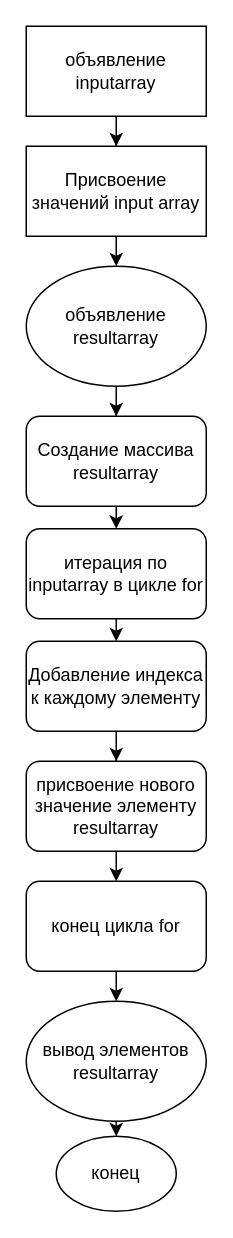
The draw.io diagram Диаграмма без названия.drawio in Scaimpi/hexlet-git., before the edit. Source tidied: cells renumbered, new cells numbered last; positions are measured from the earlier drawing's top-left corner, leaving out a move shared by most shapes. Both pictures are drawn from the tidied source at 150%, with x=0, y=0 at pixel (26, 26).
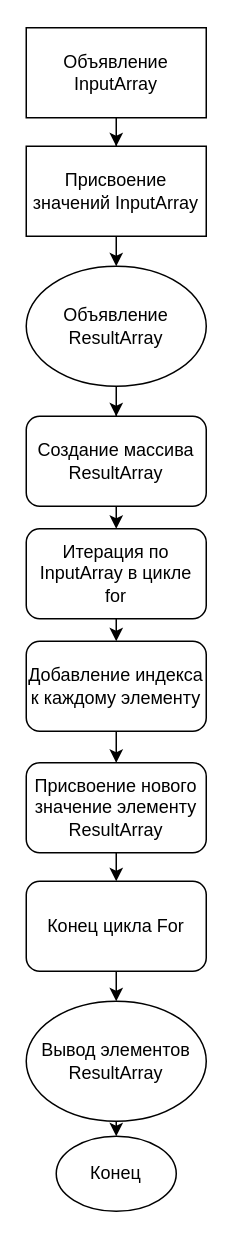
Above is the later version.

What changed in the source:
```diff
@@
-    <mxCell id="3" value="объявление inputarray" style="rounded=0;whiteSpace=wrap;html=1;" parent="1" vertex="1">
-      <mxGeometry width="120" height="60" as="geometry" />
+    <mxCell id="3" value="Объявление InputArray" style="rounded=0;whiteSpace=wrap;html=1;" parent="1" vertex="1">
+      <mxGeometry y="1" width="120" height="60" as="geometry" />
     </mxCell>
@@
-    <mxCell id="5" value="Присвоение значений input array" style="rounded=0;whiteSpace=wrap;html=1;" parent="1" vertex="1">
+    <mxCell id="5" value="Присвоение значений InputArray" style="rounded=0;whiteSpace=wrap;html=1;" parent="1" vertex="1">
       <mxGeometry y="80" width="120" height="60" as="geometry" />
     </mxCell>
@@
-    <mxCell id="7" value="объявление resultarray" style="ellipse;whiteSpace=wrap;html=1;" parent="1" vertex="1">
+    <mxCell id="7" value="Объявление ResultArray" style="ellipse;whiteSpace=wrap;html=1;" parent="1" vertex="1">
       <mxGeometry y="160" width="120" height="80" as="geometry" />
     </mxCell>
@@
-    <mxCell id="9" value="Создание массива resultarray" style="rounded=1;whiteSpace=wrap;html=1;" parent="1" vertex="1">
+    <mxCell id="9" value="Создание массива ResultArray" style="rounded=1;whiteSpace=wrap;html=1;" parent="1" vertex="1">
       <mxGeometry y="260" width="120" height="60" as="geometry" />
     </mxCell>
@@
-    <mxCell id="11" value="итерация по inputarray в цикле for" style="rounded=1;whiteSpace=wrap;html=1;" parent="1" vertex="1">
+    <mxCell id="11" value="Итерация по InputArray в цикле for" style="rounded=1;whiteSpace=wrap;html=1;" parent="1" vertex="1">
       <mxGeometry y="335" width="120" height="60" as="geometry" />
     </mxCell>
@@
-    <mxCell id="15" value="присвоение нового значение элементу resultarray" style="rounded=1;whiteSpace=wrap;html=1;" parent="1" vertex="1">
-      <mxGeometry y="490" width="120" height="60" as="geometry" />
+    <mxCell id="15" value="Присвоение нового значение элементу ResultArray" style="rounded=1;whiteSpace=wrap;html=1;" parent="1" vertex="1">
+      <mxGeometry y="491" width="120" height="60" as="geometry" />
     </mxCell>
@@
-    <mxCell id="17" value="конец цикла for" style="rounded=1;whiteSpace=wrap;html=1;" parent="1" vertex="1">
+    <mxCell id="17" value="Конец цикла For" style="rounded=1;whiteSpace=wrap;html=1;" parent="1" vertex="1">
       <mxGeometry y="570" width="120" height="60" as="geometry" />
     </mxCell>
@@
-    <mxCell id="19" value="вывод элементов resultarray" style="ellipse;whiteSpace=wrap;html=1;" parent="1" vertex="1">
+    <mxCell id="19" value="Вывод элементов ResultArray" style="ellipse;whiteSpace=wrap;html=1;" parent="1" vertex="1">
       <mxGeometry y="650" width="120" height="80" as="geometry" />
     </mxCell>
-    <mxCell id="20" value="конец" style="ellipse;whiteSpace=wrap;html=1;" parent="1" vertex="1">
+    <mxCell id="20" value="Конец" style="ellipse;whiteSpace=wrap;html=1;" parent="1" vertex="1">
       <mxGeometry x="20" y="740" width="80" height="50" as="geometry" />
     </mxCell>
```
